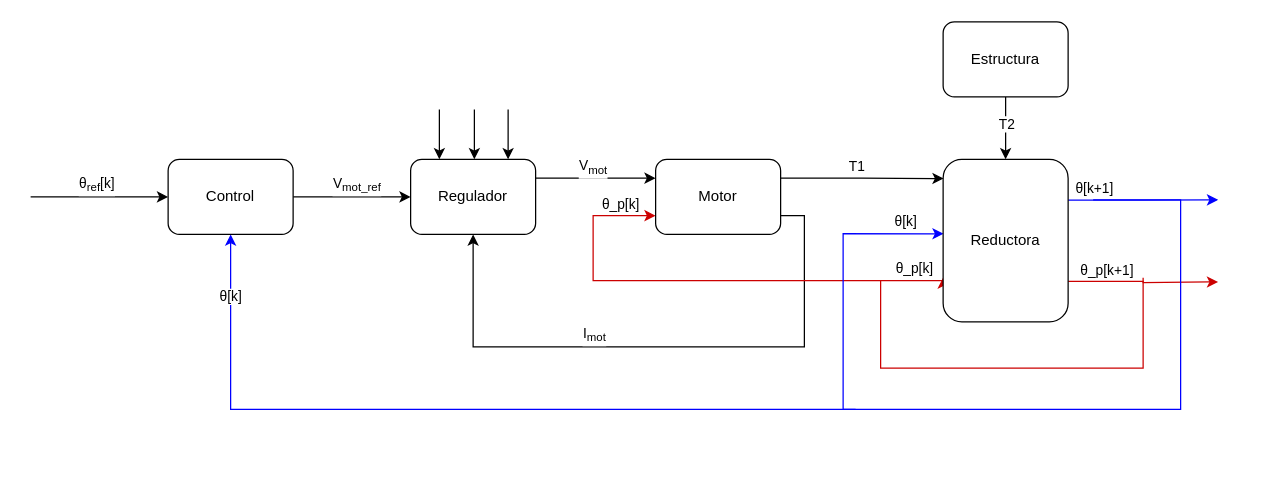
The draw.io diagram Drawio/Diagrama sin título.drawio in RevillaBorregoCarlos/drawio-carlos-revilla, before the edit. Source tidied: cells renumbered, new cells numbered last; positions are measured from the earlier drawing's top-left corner, leaving out a move shared by most shapes. Both pictures are drawn from the tidied source at 125%, with x=0, y=0 at pixel (30, 21).
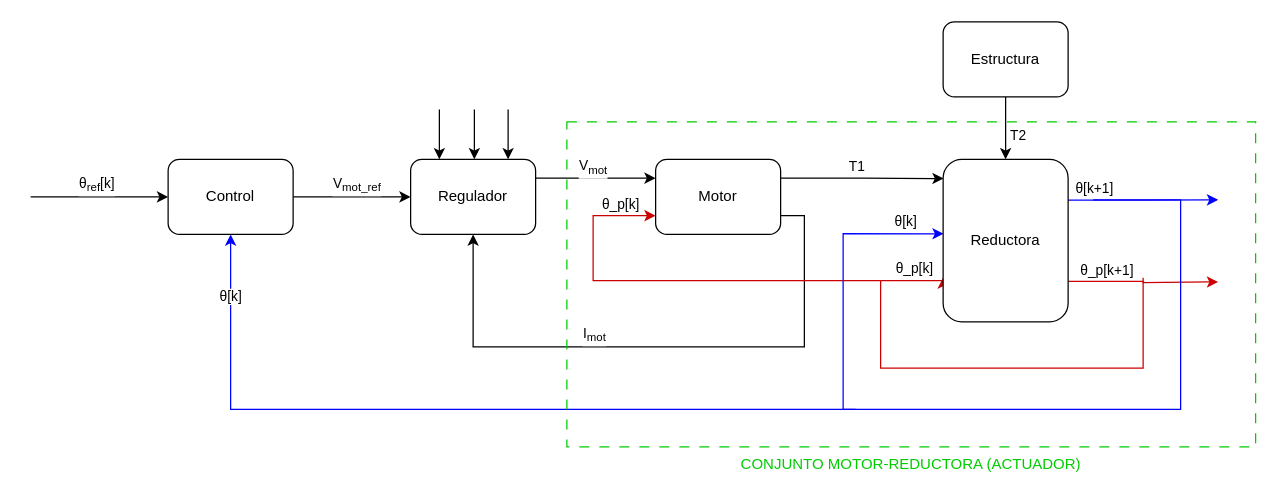
Above is the later version.

Commit message:
Diagrama de bloques lineal.drawio

The change refers to these unchanged cells:
```xml
<mxCell id="27" style="edgeStyle=orthogonalEdgeStyle;rounded=0;jettySize=auto;html=1;exitX=0.5;exitY=1;exitDx=0;exitDy=0;entryX=0.5;entryY=0;entryDx=0;entryDy=0;" parent="1" edge="1" source="29" target="24">
  <mxGeometry relative="1" as="geometry" />
</mxCell>
```

What changed in the source:
```diff
@@
     <mxCell id="28" value="T2" style="edgeLabel;html=1;align=center;verticalAlign=middle;" parent="27" vertex="1">
-      <mxGeometry x="-0.17" relative="1" as="geometry" />
+      <mxGeometry x="-0.17" relative="1" as="geometry">
+        <mxPoint x="9" y="9" as="offset" />
+      </mxGeometry>
     </mxCell>
@@
+    <mxCell id="34" value="CONJUNTO MOTOR-REDUCTORA (ACTUADOR)" style="rounded=0;whiteSpace=wrap;html=1;fillColor=none;dashed=1;dashPattern=8 8;strokeColor=#00CC00;labelPosition=center;verticalLabelPosition=bottom;align=center;verticalAlign=top;fontColor=#00CC00;" parent="1" vertex="1">
+      <mxGeometry x="429" y="80" width="551" height="260" as="geometry" />
+    </mxCell>
```
